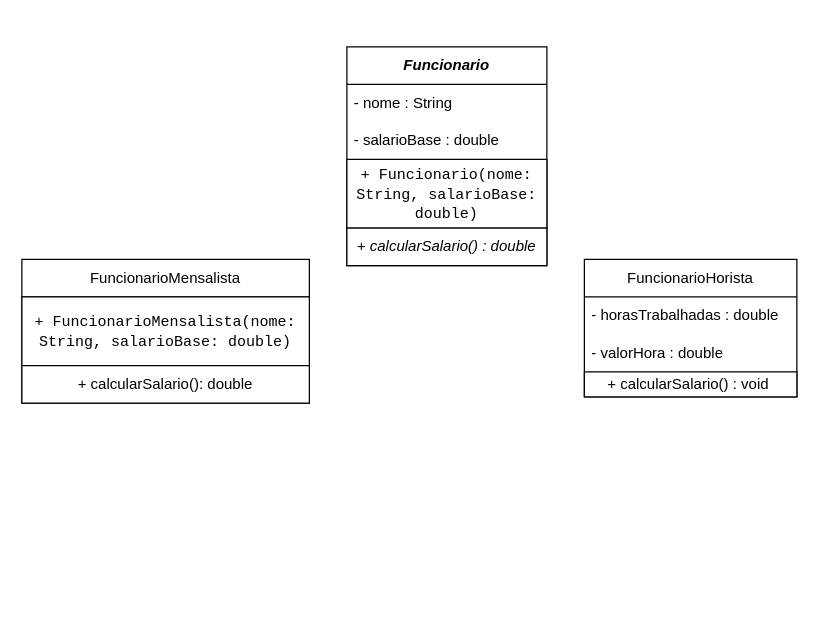
Earlier version of the draw.io diagram page "Atividade1" (1 of 10) of UML-Abstracao.drawio (jotavede/segundo-semestre-furb). Source tidied: cells renumbered, new cells numbered last; positions are measured from the earlier drawing's top-left corner, leaving out a move shared by most shapes. Both pictures are drawn from the tidied source at 125%, with x=0, y=0 at pixel (21, 46).
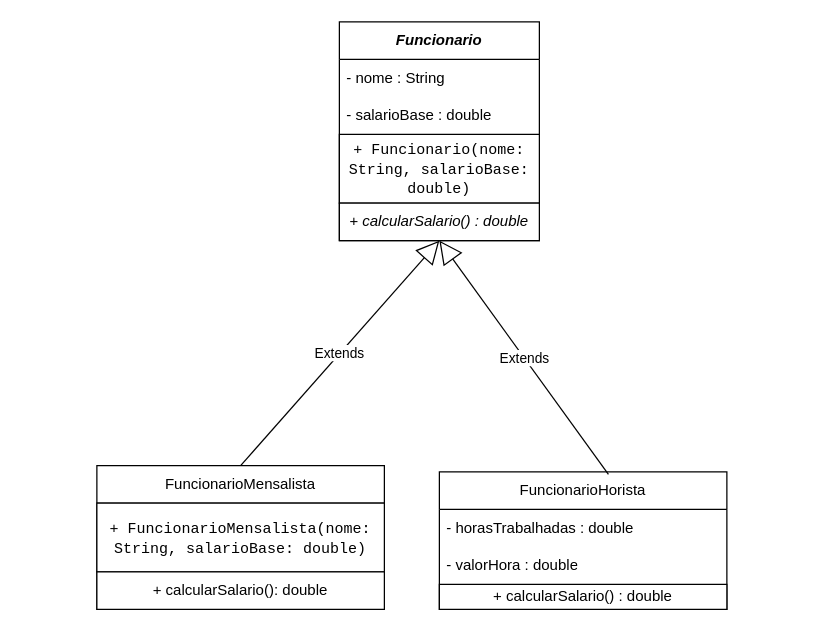
The same page after the edit.

Change to the diagram source:
```diff
@@
 <mxGraphModel>
   <root>
     <mxCell id="0" />
     <mxCell id="1" parent="0" />
     <mxCell id="2" value="&lt;span style=&quot;font-weight: 700;&quot;&gt;&lt;i&gt;Funcionario&lt;/i&gt;&lt;/span&gt;" style="swimlane;fontStyle=0;horizontal=1;startSize=30;whiteSpace=wrap;html=1;strokeColor=light-dark(#000000,#FFFFFF);" parent="1" vertex="1">
-      <mxGeometry x="260" width="160" height="175" as="geometry" />
+      <mxGeometry x="254" y="-20" width="160" height="175" as="geometry" />
     </mxCell>
     <mxCell id="3" value="&lt;span style=&quot;text-align: center;&quot;&gt;- nome : String&lt;/span&gt;" style="text;strokeColor=none;fillColor=none;align=left;verticalAlign=middle;spacingLeft=4;spacingRight=4;overflow=hidden;whiteSpace=wrap;html=1;" parent="2" vertex="1">
       <mxGeometry y="30" width="160" height="30" as="geometry" />
     </mxCell>
     <mxCell id="4" value="&lt;div style=&quot;text-align: center;&quot;&gt;- salarioBase : double&lt;/div&gt;" style="text;strokeColor=none;fillColor=none;align=left;verticalAlign=middle;spacingLeft=4;spacingRight=4;overflow=hidden;whiteSpace=wrap;html=1;" parent="2" vertex="1">
       <mxGeometry y="60" width="160" height="30" as="geometry" />
     </mxCell>
     <mxCell id="5" value="&lt;code&gt;+ Funcionario(nome: String, salarioBase: double)&lt;/code&gt;" style="rounded=0;whiteSpace=wrap;html=1;fillColor=light-dark(#FFFFFF,transparent);" parent="2" vertex="1">
       <mxGeometry y="90" width="160" height="55" as="geometry" />
     </mxCell>
     <mxCell id="6" value="&lt;i&gt;+ calcularSalario() : double&lt;/i&gt;" style="rounded=0;whiteSpace=wrap;html=1;fillColor=light-dark(#FFFFFF,transparent);" parent="2" vertex="1">
       <mxGeometry y="145" width="160" height="30" as="geometry" />
     </mxCell>
     <mxCell id="7" value="FuncionarioMensalista" style="swimlane;fontStyle=0;horizontal=1;startSize=30;whiteSpace=wrap;html=1;" parent="1" vertex="1">
-      <mxGeometry y="170" width="230" height="115" as="geometry" />
+      <mxGeometry x="60" y="335" width="230" height="115" as="geometry" />
     </mxCell>
     <mxCell id="8" value="&lt;p&gt;&lt;code&gt;+ FuncionarioMensalista(nome: String, salarioBase: double)&lt;/code&gt;&lt;/p&gt;&lt;p id=&quot;p-rc_0ee60df802474715-112&quot;&gt;&lt;sup class=&quot;superscript&quot;&gt;&lt;/sup&gt;&lt;/p&gt;" style="rounded=0;whiteSpace=wrap;html=1;fillColor=light-dark(#FFFFFF,transparent);" parent="7" vertex="1">
       <mxGeometry y="30" width="230" height="55" as="geometry" />
     </mxCell>
     <mxCell id="9" value=" + calcularSalario(): double" style="rounded=0;whiteSpace=wrap;html=1;fillColor=light-dark(#FFFFFF,transparent);" parent="7" vertex="1">
       <mxGeometry y="85" width="230" height="30" as="geometry" />
     </mxCell>
     <mxCell id="10" value="FuncionarioHorista" style="swimlane;fontStyle=0;horizontal=1;startSize=30;whiteSpace=wrap;html=1;" parent="1" vertex="1">
-      <mxGeometry x="450" y="170" width="170" height="110" as="geometry" />
+      <mxGeometry x="334" y="340" width="230" height="110" as="geometry" />
     </mxCell>
     <mxCell id="11" value="&lt;div style=&quot;text-align: center;&quot;&gt;&lt;span style=&quot;background-color: transparent; color: light-dark(rgb(0, 0, 0), rgb(255, 255, 255));&quot;&gt;- horasTrabalhadas : double&lt;/span&gt;&lt;/div&gt;" style="text;strokeColor=none;fillColor=none;align=left;verticalAlign=middle;spacingLeft=4;spacingRight=4;overflow=hidden;whiteSpace=wrap;html=1;" parent="10" vertex="1">
-      <mxGeometry y="30" width="170" height="30" as="geometry" />
+      <mxGeometry y="30" width="230" height="30" as="geometry" />
     </mxCell>
     <mxCell id="12" value="&lt;div style=&quot;text-align: center;&quot;&gt;- valorHora : double&lt;/div&gt;" style="text;strokeColor=none;fillColor=none;align=left;verticalAlign=middle;spacingLeft=4;spacingRight=4;overflow=hidden;whiteSpace=wrap;html=1;" parent="10" vertex="1">
-      <mxGeometry y="60" width="170" height="30" as="geometry" />
+      <mxGeometry y="60" width="230" height="30" as="geometry" />
     </mxCell>
-    <mxCell id="13" value="+ calcularSalario() : void&amp;nbsp;" style="rounded=0;whiteSpace=wrap;html=1;fillColor=light-dark(#FFFFFF,transparent);" parent="10" vertex="1">
-      <mxGeometry y="90" width="170" height="20" as="geometry" />
+    <mxCell id="13" value="+ calcularSalario() : double" style="rounded=0;whiteSpace=wrap;html=1;fillColor=light-dark(#FFFFFF,transparent);" parent="10" vertex="1">
+      <mxGeometry y="90" width="230" height="20" as="geometry" />
     </mxCell>
+    <mxCell id="14" value="Extends" style="endArrow=block;endSize=16;endFill=0;html=1;rounded=0;exitX=0.5;exitY=0;exitDx=0;exitDy=0;entryX=0.5;entryY=1;entryDx=0;entryDy=0;" parent="1" edge="1" source="7" target="2">
+      <mxGeometry relative="1" as="geometry" />
+    </mxCell>
+    <mxCell id="15" value="Extends" style="endArrow=block;endSize=16;endFill=0;html=1;rounded=0;exitX=0.588;exitY=0.018;exitDx=0;exitDy=0;entryX=0.5;entryY=1;entryDx=0;entryDy=0;exitPerimeter=0;" parent="1" edge="1" source="10" target="6">
+      <mxGeometry relative="1" as="geometry" />
+    </mxCell>
   </root>
 </mxGraphModel>
```
